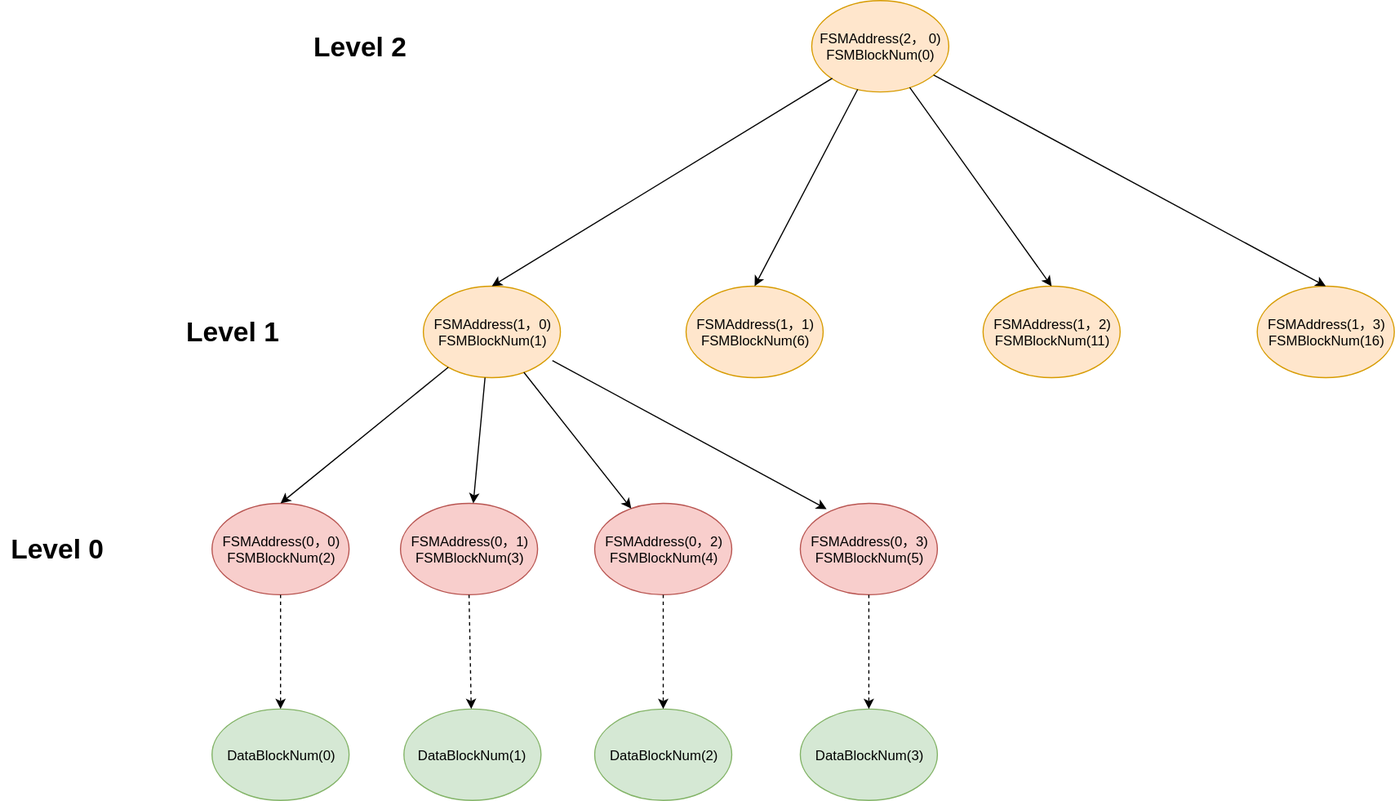
This is source/_posts/postgresql-fsm-file/pg-free-space-map.svg from zhmin/zhmin.github.io, a draw.io export, as it was before one commit. Source tidied: cells renumbered, new cells last; positions are measured from the earlier drawing's top-left corner, leaving out a move shared by most shapes.
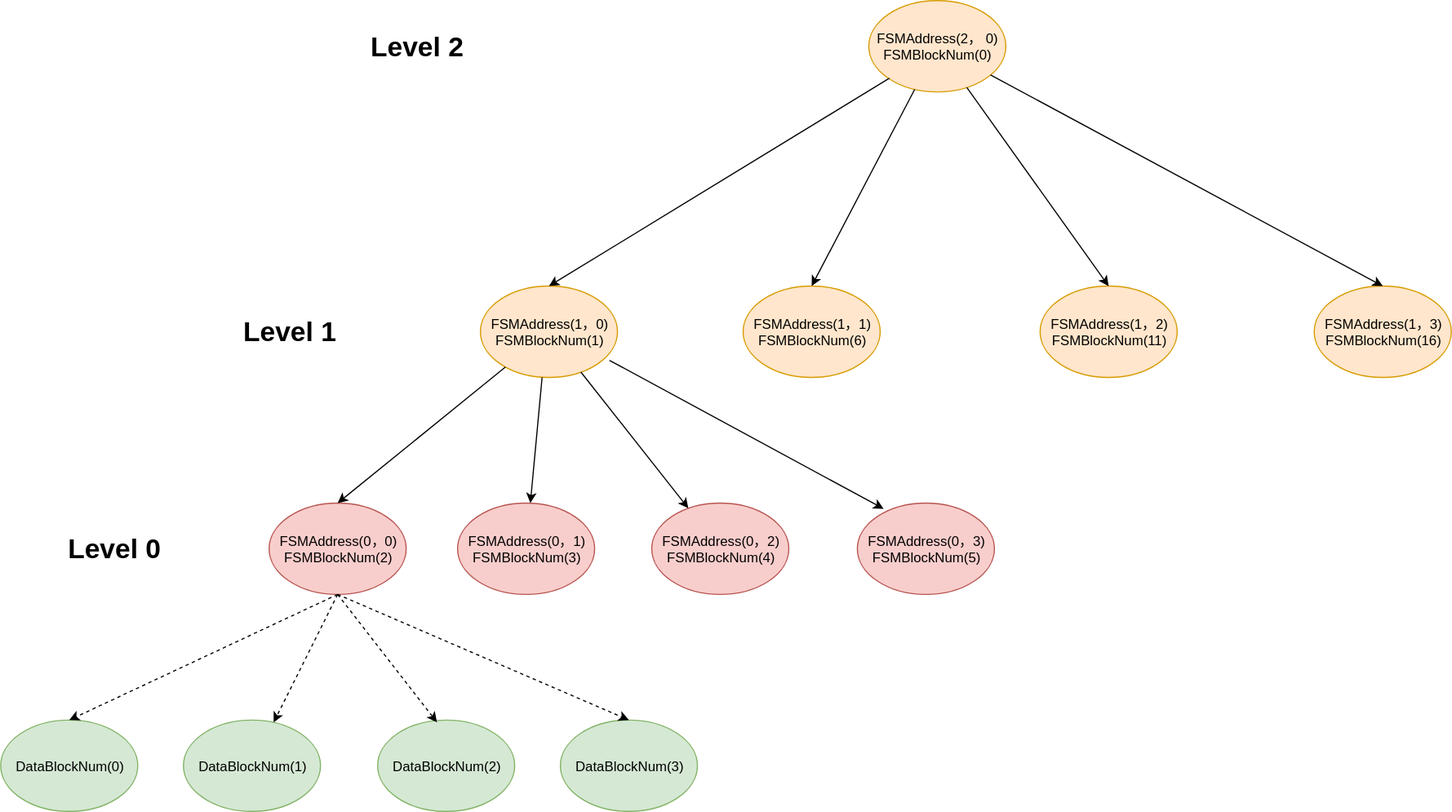
The same file after the commit.

The edit, as a diff of the source:
```diff
@@ -63,28 +63,28 @@
       <mxGeometry relative="1" as="geometry" />
     </mxCell>
     <mxCell id="22" value="&lt;span style=&quot;white-space: normal&quot;&gt;DataBlockNum(0)&lt;br&gt;&lt;/span&gt;" style="ellipse;whiteSpace=wrap;html=1;fillColor=#d5e8d4;strokeColor=#82b366;" parent="1" vertex="1">
-      <mxGeometry x="185" y="620" width="120" height="80" as="geometry" />
+      <mxGeometry x="-50" y="630" width="120" height="80" as="geometry" />
     </mxCell>
     <mxCell id="23" value="DataBlockNum(1)&lt;span style=&quot;white-space: normal&quot;&gt;&lt;br&gt;&lt;/span&gt;" style="ellipse;whiteSpace=wrap;html=1;fillColor=#d5e8d4;strokeColor=#82b366;" parent="1" vertex="1">
-      <mxGeometry x="352.5" y="620" width="120" height="80" as="geometry" />
+      <mxGeometry x="110" y="630" width="120" height="80" as="geometry" />
     </mxCell>
     <mxCell id="24" value="DataBlockNum(2)&lt;span style=&quot;white-space: normal&quot;&gt;&lt;br&gt;&lt;/span&gt;" style="ellipse;whiteSpace=wrap;html=1;fillColor=#d5e8d4;strokeColor=#82b366;" parent="1" vertex="1">
-      <mxGeometry x="520" y="620" width="120" height="80" as="geometry" />
+      <mxGeometry x="280" y="630" width="120" height="80" as="geometry" />
     </mxCell>
     <mxCell id="25" value="DataBlockNum(3)&lt;span style=&quot;white-space: normal&quot;&gt;&lt;br&gt;&lt;/span&gt;" style="ellipse;whiteSpace=wrap;html=1;fillColor=#d5e8d4;strokeColor=#82b366;" parent="1" vertex="1">
-      <mxGeometry x="700" y="620" width="120" height="80" as="geometry" />
+      <mxGeometry x="440" y="630" width="120" height="80" as="geometry" />
     </mxCell>
     <mxCell id="26" style="endArrow=classic;html=1;exitX=0.5;exitY=1;exitDx=0;exitDy=0;entryX=0.5;entryY=0;entryDx=0;entryDy=0;dashed=1;" parent="1" edge="1" source="5" target="22">
       <mxGeometry relative="1" as="geometry" />
     </mxCell>
-    <mxCell id="27" style="endArrow=classic;html=1;exitX=0.5;exitY=1;exitDx=0;exitDy=0;dashed=1;" parent="1" edge="1" source="4" target="23">
+    <mxCell id="27" style="endArrow=classic;html=1;exitX=0.5;exitY=1;exitDx=0;exitDy=0;dashed=1;" parent="1" edge="1" source="5" target="23">
       <mxGeometry relative="1" as="geometry" />
     </mxCell>
-    <mxCell id="28" style="endArrow=classic;html=1;exitX=0.5;exitY=1;exitDx=0;exitDy=0;dashed=1;" parent="1" edge="1" source="16" target="24">
-      <mxGeometry relative="1" as="geometry" />
-    </mxCell>
-    <mxCell id="29" style="endArrow=classic;html=1;exitX=0.5;exitY=1;exitDx=0;exitDy=0;dashed=1;" parent="1" edge="1" source="17" target="25">
-      <mxGeometry relative="1" as="geometry" />
-    </mxCell>
+    <mxCell id="30" style="endArrow=classic;html=1;exitX=0.5;exitY=1;exitDx=0;exitDy=0;entryX=0.431;entryY=0.025;entryDx=0;entryDy=0;entryPerimeter=0;dashed=1;" parent="1" edge="1" source="5" target="24">
+      <mxGeometry relative="1" as="geometry" />
+    </mxCell>
+    <mxCell id="31" style="endArrow=classic;html=1;dashed=1;exitX=0.5;exitY=1;exitDx=0;exitDy=0;entryX=0.5;entryY=0;entryDx=0;entryDy=0;" parent="1" edge="1" source="5" target="25">
+      <mxGeometry relative="1" as="geometry" />
+    </mxCell>
   </root>
 </mxGraphModel>
```
